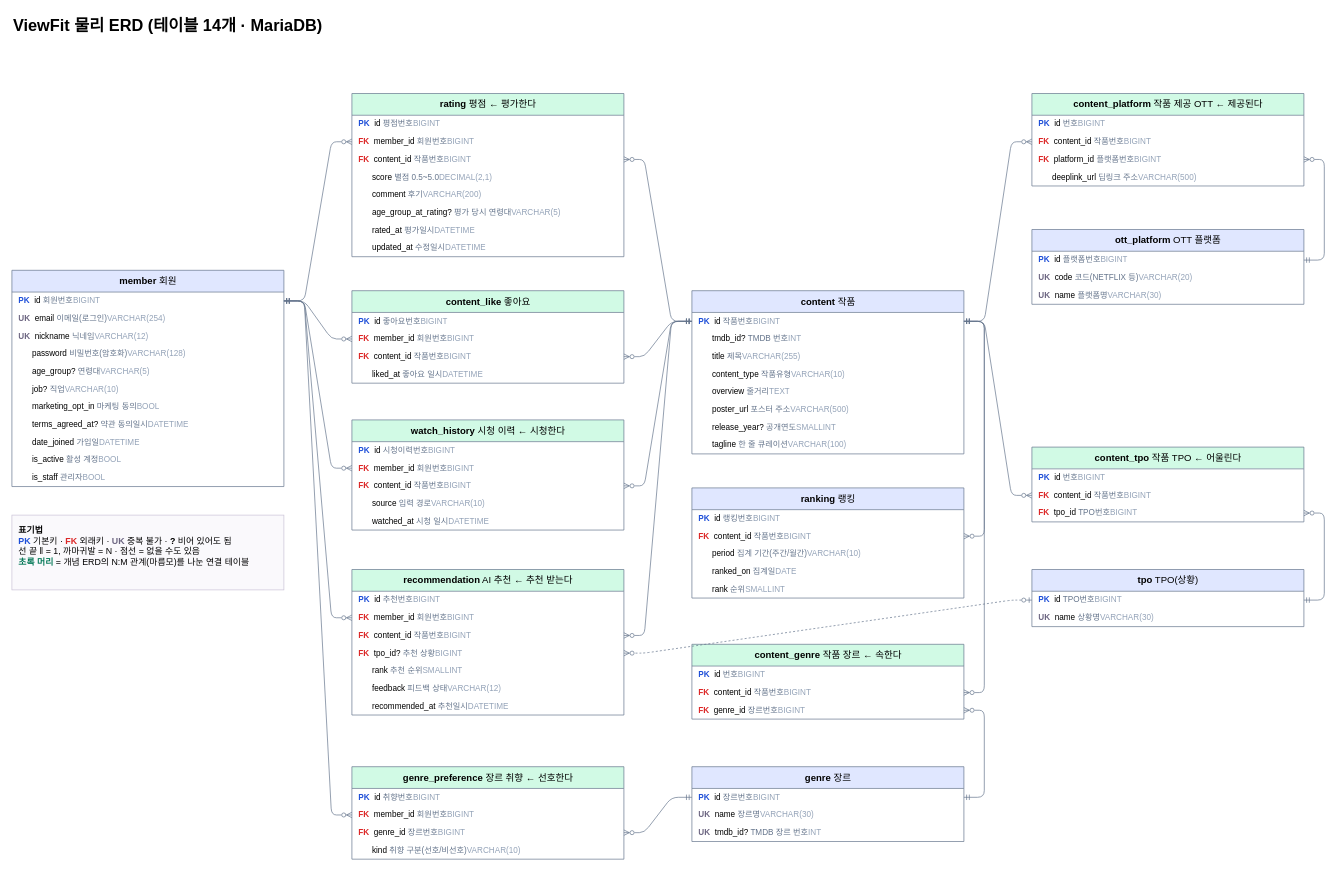
The draw.io diagram docs/erd/ViewFit_ERD_physical.drawio in jungyojeong16-arch/team-project, before the edit. Source tidied: cells renumbered, new cells numbered last; positions are measured from the earlier drawing's top-left corner, leaving out a move shared by most shapes. Both pictures are drawn from the tidied source at 68%, with x=0, y=0 at pixel (12, 12).
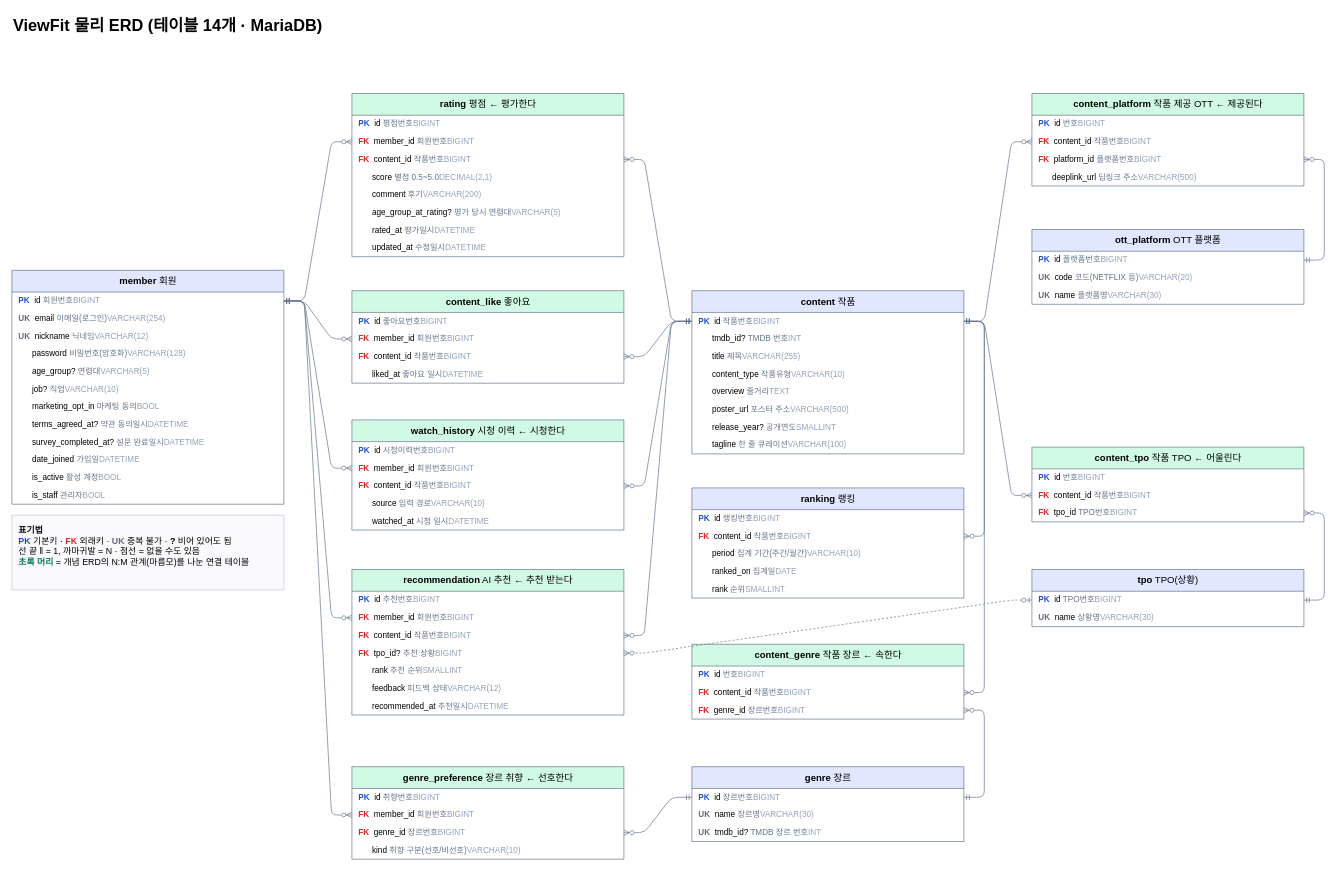
Above is the later version.

Diff of the diagram source:
```diff
@@
     <mxCell id="4" value="&lt;b&gt;member&lt;/b&gt;  회원" style="swimlane;html=1;horizontal=1;startSize=32;fillColor=#E0E7FF;strokeColor=#64748B;fontSize=14;swimlaneFillColor=#FFFFFF;fontStyle=0;" parent="1" vertex="1">
-      <mxGeometry y="380" width="400" height="318" as="geometry" />
+      <mxGeometry y="380" width="400" height="344" as="geometry" />
     </mxCell>
@@
+    <mxCell id="106" value="&amp;nbsp;&amp;nbsp;&amp;nbsp;&amp;nbsp;&amp;nbsp;&amp;nbsp;survey_completed_at? &lt;font color='#64748B'&gt;설문 완료일시&lt;/font&gt;&lt;span style='float:right'&gt;&lt;font color='#94A3B8'&gt;DATETIME&lt;/font&gt;&lt;/span&gt;" style="text;html=1;strokeColor=none;fillColor=none;align=left;verticalAlign=middle;spacingLeft=8;spacingRight=8;overflow=hidden;fontSize=12;" parent="4" vertex="1">
+      <mxGeometry y="240" width="400" height="26" as="geometry" />
+    </mxCell>
     <mxCell id="13" value="&amp;nbsp;&amp;nbsp;&amp;nbsp;&amp;nbsp;&amp;nbsp;&amp;nbsp;date_joined &lt;font color='#64748B'&gt;가입일&lt;/font&gt;&lt;span style='float:right'&gt;&lt;font color='#94A3B8'&gt;DATETIME&lt;/font&gt;&lt;/span&gt;" style="text;html=1;strokeColor=none;fillColor=none;align=left;verticalAlign=middle;spacingLeft=8;spacingRight=8;overflow=hidden;fontSize=12;" parent="4" vertex="1">
-      <mxGeometry y="240" width="400" height="26" as="geometry" />
+      <mxGeometry y="266" width="400" height="26" as="geometry" />
     </mxCell>
     <mxCell id="14" value="&amp;nbsp;&amp;nbsp;&amp;nbsp;&amp;nbsp;&amp;nbsp;&amp;nbsp;is_active &lt;font color='#64748B'&gt;활성 계정&lt;/font&gt;&lt;span style='float:right'&gt;&lt;font color='#94A3B8'&gt;BOOL&lt;/font&gt;&lt;/span&gt;" style="text;html=1;strokeColor=none;fillColor=none;align=left;verticalAlign=middle;spacingLeft=8;spacingRight=8;overflow=hidden;fontSize=12;" parent="4" vertex="1">
-      <mxGeometry y="266" width="400" height="26" as="geometry" />
+      <mxGeometry y="292" width="400" height="26" as="geometry" />
     </mxCell>
     <mxCell id="15" value="&amp;nbsp;&amp;nbsp;&amp;nbsp;&amp;nbsp;&amp;nbsp;&amp;nbsp;is_staff &lt;font color='#64748B'&gt;관리자&lt;/font&gt;&lt;span style='float:right'&gt;&lt;font color='#94A3B8'&gt;BOOL&lt;/font&gt;&lt;/span&gt;" style="text;html=1;strokeColor=none;fillColor=none;align=left;verticalAlign=middle;spacingLeft=8;spacingRight=8;overflow=hidden;fontSize=12;" parent="4" vertex="1">
-      <mxGeometry y="292" width="400" height="26" as="geometry" />
+      <mxGeometry y="318" width="400" height="26" as="geometry" />
     </mxCell>
```
